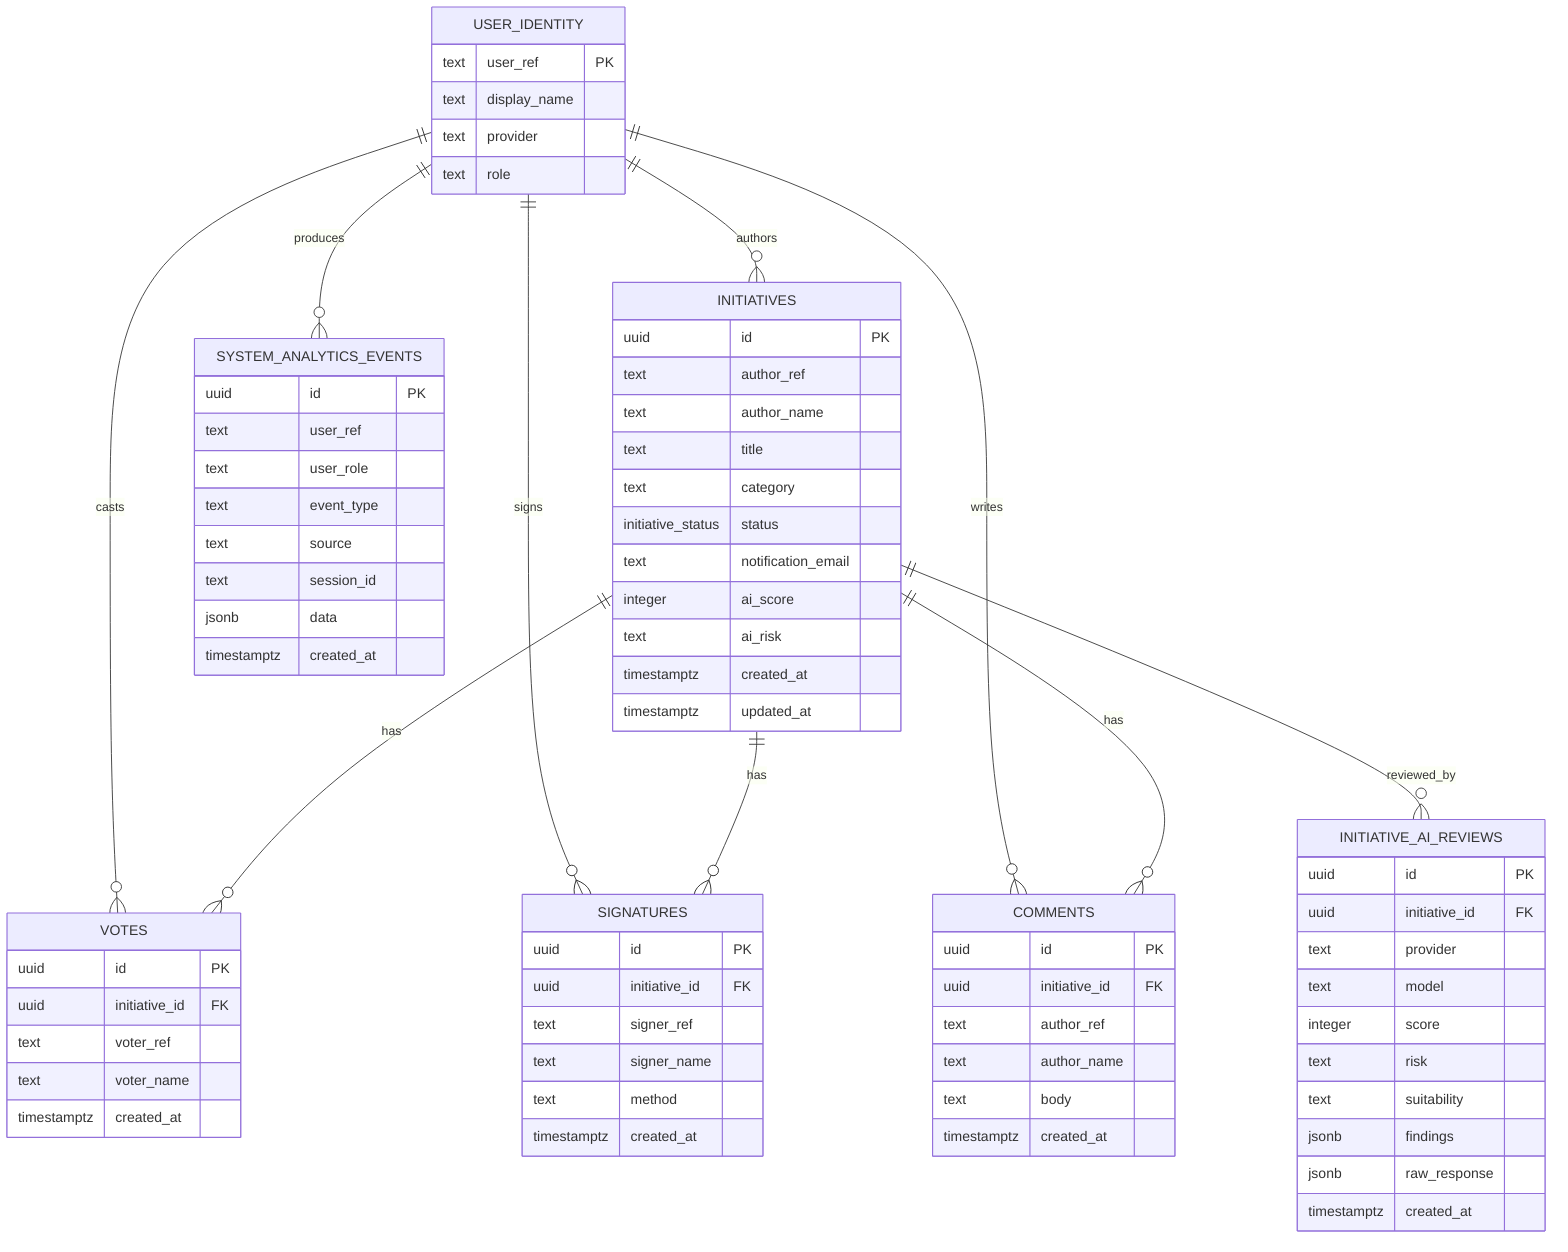
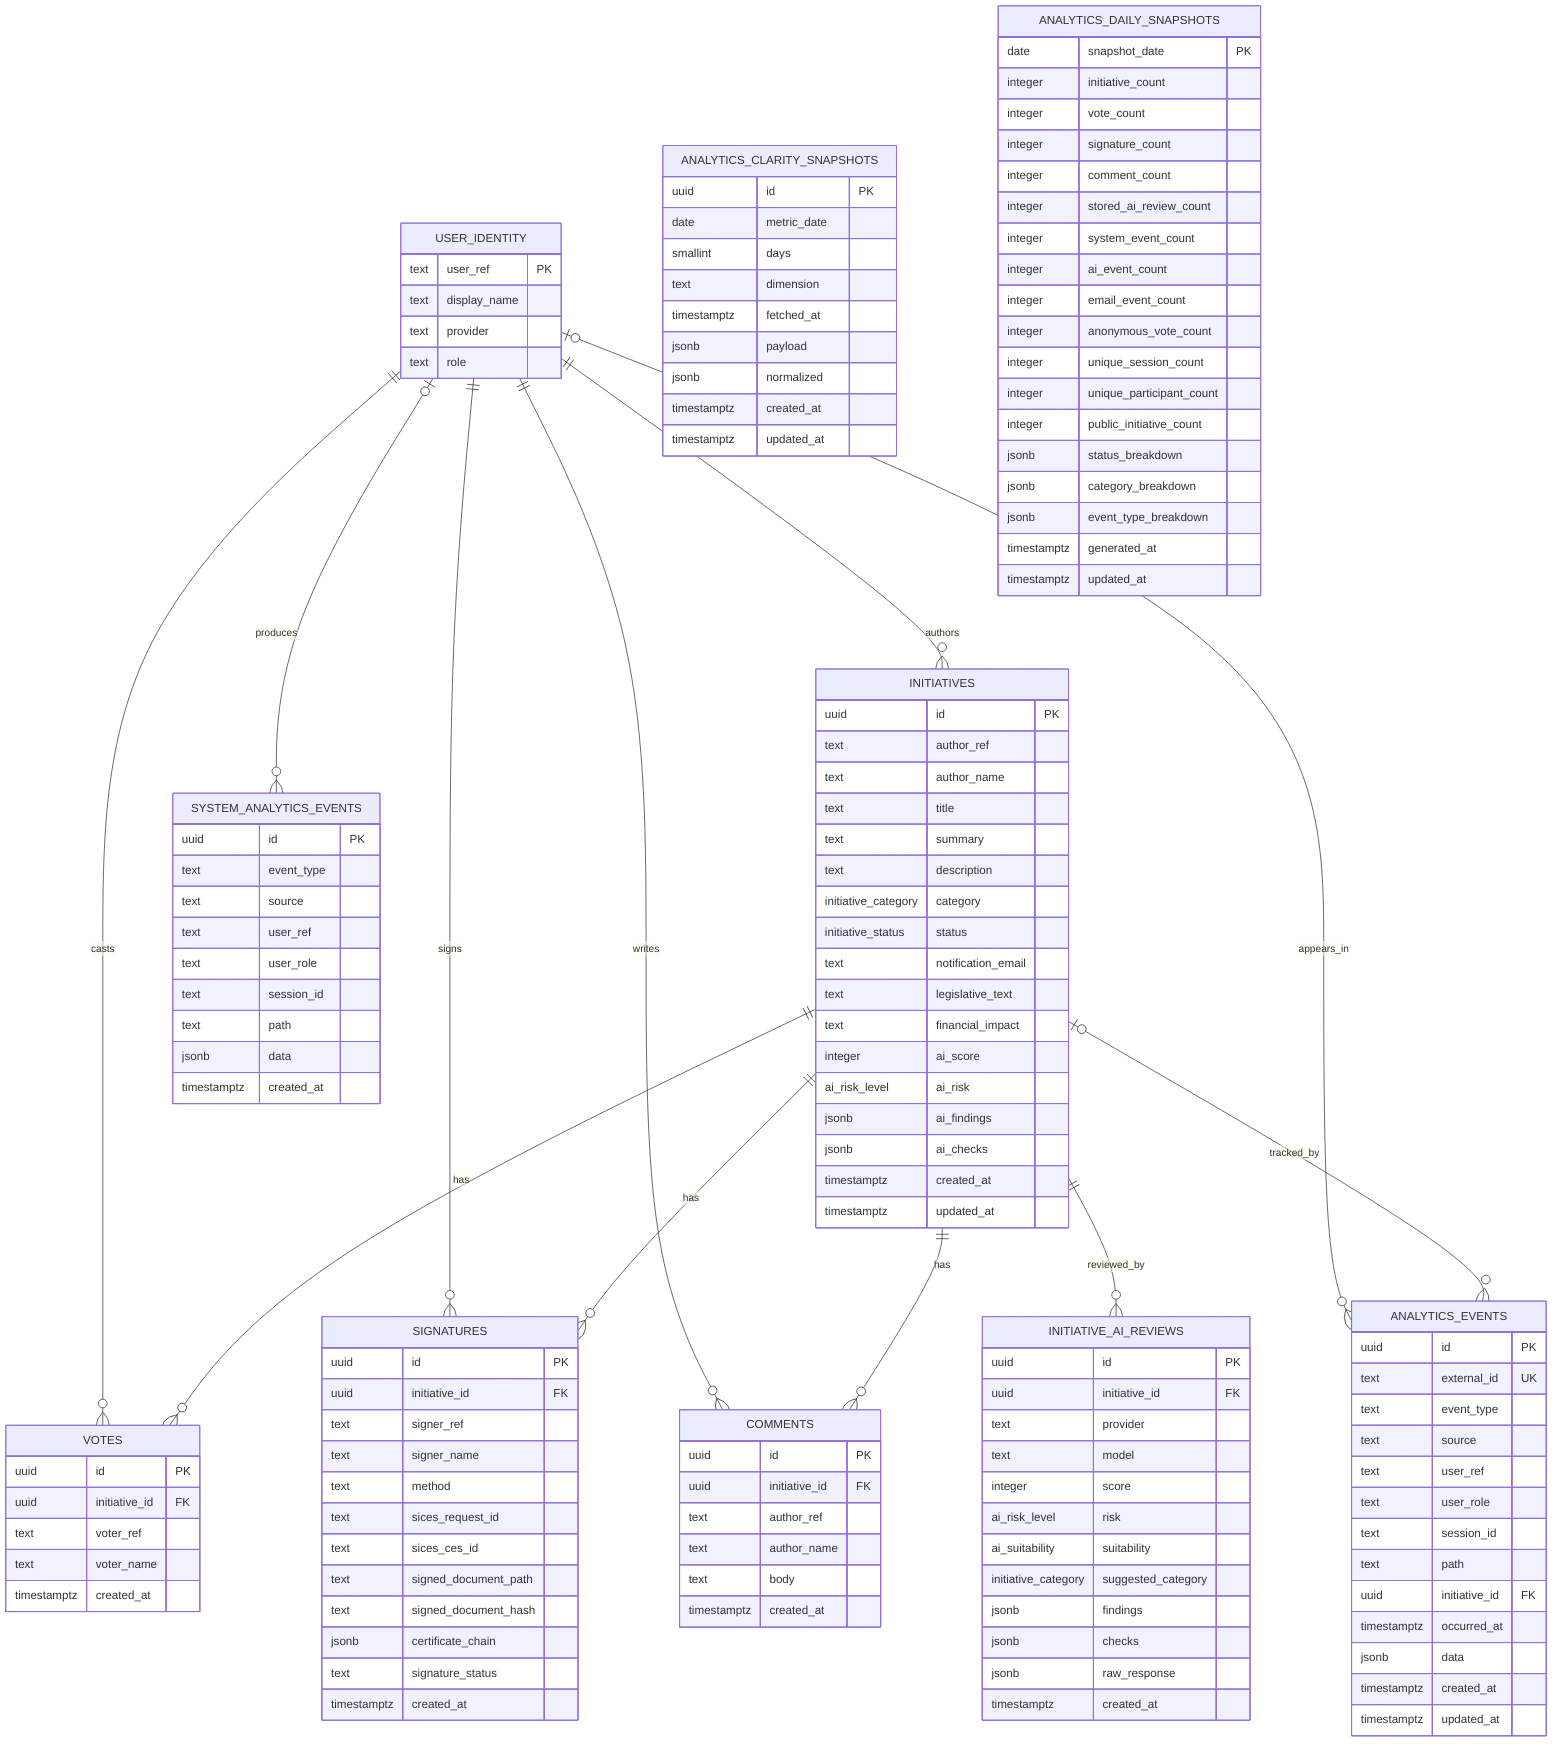
erDiagram
  %% USER_IDENTITY je konceptualni identifikator uporabnika, ne fizicna Supabase tabela.
  USER_IDENTITY ||--o{ INITIATIVES : authors
  USER_IDENTITY ||--o{ VOTES : casts
  USER_IDENTITY ||--o{ SIGNATURES : signs
  USER_IDENTITY ||--o{ COMMENTS : writes
-   USER_IDENTITY ||--o{ SYSTEM_ANALYTICS_EVENTS : produces
+   USER_IDENTITY o|--o{ SYSTEM_ANALYTICS_EVENTS : produces
+   USER_IDENTITY o|--o{ ANALYTICS_EVENTS : appears_in
  INITIATIVES ||--o{ VOTES : has
  INITIATIVES ||--o{ SIGNATURES : has
  INITIATIVES ||--o{ COMMENTS : has
  INITIATIVES ||--o{ INITIATIVE_AI_REVIEWS : reviewed_by
+   INITIATIVES o|--o{ ANALYTICS_EVENTS : tracked_by

  USER_IDENTITY {
    text user_ref PK
    text display_name
    text provider
    text role
  }

  INITIATIVES {
    uuid id PK
    text author_ref
    text author_name
    text title
-     text category
+     text summary
+     text description
+     initiative_category category
    initiative_status status
    text notification_email
+     text legislative_text
+     text financial_impact
    integer ai_score
-     text ai_risk
+     ai_risk_level ai_risk
+     jsonb ai_findings
+     jsonb ai_checks
    timestamptz created_at
    timestamptz updated_at
  }

  VOTES {
    uuid id PK
    uuid initiative_id FK
    text voter_ref
    text voter_name
    timestamptz created_at
  }

  SIGNATURES {
    uuid id PK
    uuid initiative_id FK
    text signer_ref
    text signer_name
    text method
+     text sices_request_id
+     text sices_ces_id
+     text signed_document_path
+     text signed_document_hash
+     jsonb certificate_chain
+     text signature_status
    timestamptz created_at
  }

  COMMENTS {
    uuid id PK
    uuid initiative_id FK
    text author_ref
    text author_name
    text body
    timestamptz created_at
  }

  INITIATIVE_AI_REVIEWS {
    uuid id PK
    uuid initiative_id FK
    text provider
    text model
    integer score
-     text risk
-     text suitability
+     ai_risk_level risk
+     ai_suitability suitability
+     initiative_category suggested_category
    jsonb findings
+     jsonb checks
    jsonb raw_response
    timestamptz created_at
  }

  SYSTEM_ANALYTICS_EVENTS {
    uuid id PK
+     text event_type
+     text source
    text user_ref
    text user_role
-     text event_type
-     text source
    text session_id
+     text path
    jsonb data
    timestamptz created_at
  }
+ 
+   ANALYTICS_EVENTS {
+     uuid id PK
+     text external_id UK
+     text event_type
+     text source
+     text user_ref
+     text user_role
+     text session_id
+     text path
+     uuid initiative_id FK
+     timestamptz occurred_at
+     jsonb data
+     timestamptz created_at
+     timestamptz updated_at
+   }
+ 
+   ANALYTICS_CLARITY_SNAPSHOTS {
+     uuid id PK
+     date metric_date
+     smallint days
+     text dimension
+     timestamptz fetched_at
+     jsonb payload
+     jsonb normalized
+     timestamptz created_at
+     timestamptz updated_at
+   }
+ 
+   ANALYTICS_DAILY_SNAPSHOTS {
+     date snapshot_date PK
+     integer initiative_count
+     integer vote_count
+     integer signature_count
+     integer comment_count
+     integer stored_ai_review_count
+     integer system_event_count
+     integer ai_event_count
+     integer email_event_count
+     integer anonymous_vote_count
+     integer unique_session_count
+     integer unique_participant_count
+     integer public_initiative_count
+     jsonb status_breakdown
+     jsonb category_breakdown
+     jsonb event_type_breakdown
+     timestamptz generated_at
+     timestamptz updated_at
+   }
